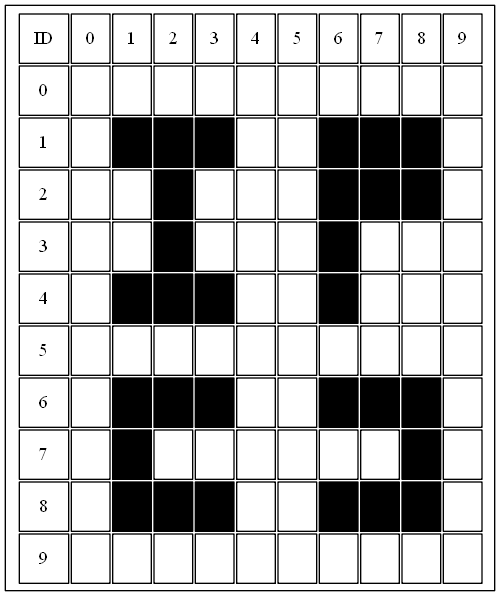
Before: archivos/Matriz_1.png, a diagram exported from Graphviz (rodrigo-rodas-126/IPC2_Proyecto2_201906053). Its source is kept beside it as archivos/Matriz_1.dot.
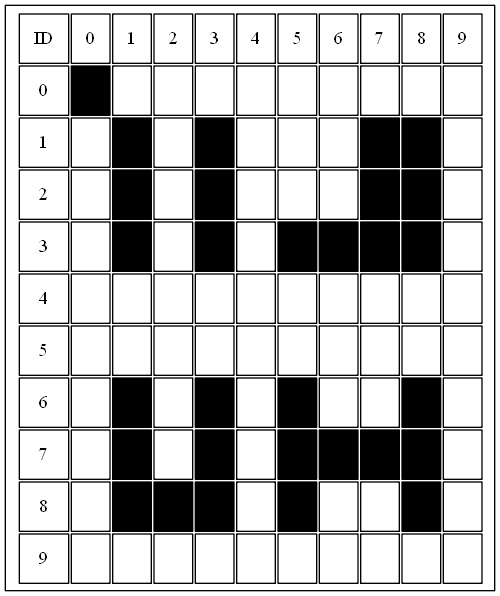
Above is the later version.

What changed in the source:
```diff
@@ -17,7 +17,7 @@
 </tr>
 <tr>
 <td>0</td>
-<td bgcolor="white"> </td>
+<td bgcolor="black"> </td>
 <td bgcolor="white"> </td>
 <td bgcolor="white"> </td>
 <td bgcolor="white"> </td>
@@ -32,11 +32,11 @@
 <td>1</td>
 <td bgcolor="white"> </td>
 <td bgcolor="black"> </td>
-<td bgcolor="black"> </td>
+<td bgcolor="white"> </td>
 <td bgcolor="black"> </td>
 <td bgcolor="white"> </td>
 <td bgcolor="white"> </td>
-<td bgcolor="black"> </td>
+<td bgcolor="white"> </td>
 <td bgcolor="black"> </td>
 <td bgcolor="black"> </td>
 <td bgcolor="white"> </td>
@@ -44,6 +44,7 @@
 <tr>
 <td>2</td>
 <td bgcolor="white"> </td>
+<td bgcolor="black"> </td>
 <td bgcolor="white"> </td>
 <td bgcolor="black"> </td>
 <td bgcolor="white"> </td>
@@ -51,31 +52,30 @@
 <td bgcolor="white"> </td>
 <td bgcolor="black"> </td>
 <td bgcolor="black"> </td>
-<td bgcolor="black"> </td>
 <td bgcolor="white"> </td>
 </tr>
 <tr>
 <td>3</td>
 <td bgcolor="white"> </td>
+<td bgcolor="black"> </td>
 <td bgcolor="white"> </td>
 <td bgcolor="black"> </td>
 <td bgcolor="white"> </td>
-<td bgcolor="white"> </td>
-<td bgcolor="white"> </td>
 <td bgcolor="black"> </td>
-<td bgcolor="white"> </td>
-<td bgcolor="white"> </td>
+<td bgcolor="black"> </td>
+<td bgcolor="black"> </td>
+<td bgcolor="black"> </td>
 <td bgcolor="white"> </td>
 </tr>
 <tr>
 <td>4</td>
 <td bgcolor="white"> </td>
-<td bgcolor="black"> </td>
-<td bgcolor="black"> </td>
-<td bgcolor="black"> </td>
 <td bgcolor="white"> </td>
 <td bgcolor="white"> </td>
-<td bgcolor="black"> </td>
+<td bgcolor="white"> </td>
+<td bgcolor="white"> </td>
+<td bgcolor="white"> </td>
+<td bgcolor="white"> </td>
 <td bgcolor="white"> </td>
 <td bgcolor="white"> </td>
 <td bgcolor="white"> </td>
@@ -97,12 +97,12 @@
 <td>6</td>
 <td bgcolor="white"> </td>
 <td bgcolor="black"> </td>
+<td bgcolor="white"> </td>
 <td bgcolor="black"> </td>
+<td bgcolor="white"> </td>
 <td bgcolor="black"> </td>
 <td bgcolor="white"> </td>
 <td bgcolor="white"> </td>
-<td bgcolor="black"> </td>
-<td bgcolor="black"> </td>
 <td bgcolor="black"> </td>
 <td bgcolor="white"> </td>
 </tr>
@@ -111,11 +111,11 @@
 <td bgcolor="white"> </td>
 <td bgcolor="black"> </td>
 <td bgcolor="white"> </td>
+<td bgcolor="black"> </td>
 <td bgcolor="white"> </td>
-<td bgcolor="white"> </td>
-<td bgcolor="white"> </td>
-<td bgcolor="white"> </td>
-<td bgcolor="white"> </td>
+<td bgcolor="black"> </td>
+<td bgcolor="black"> </td>
+<td bgcolor="black"> </td>
 <td bgcolor="black"> </td>
 <td bgcolor="white"> </td>
 </tr>
@@ -126,9 +126,9 @@
 <td bgcolor="black"> </td>
 <td bgcolor="black"> </td>
 <td bgcolor="white"> </td>
+<td bgcolor="black"> </td>
 <td bgcolor="white"> </td>
-<td bgcolor="black"> </td>
-<td bgcolor="black"> </td>
+<td bgcolor="white"> </td>
 <td bgcolor="black"> </td>
 <td bgcolor="white"> </td>
 </tr>
```
